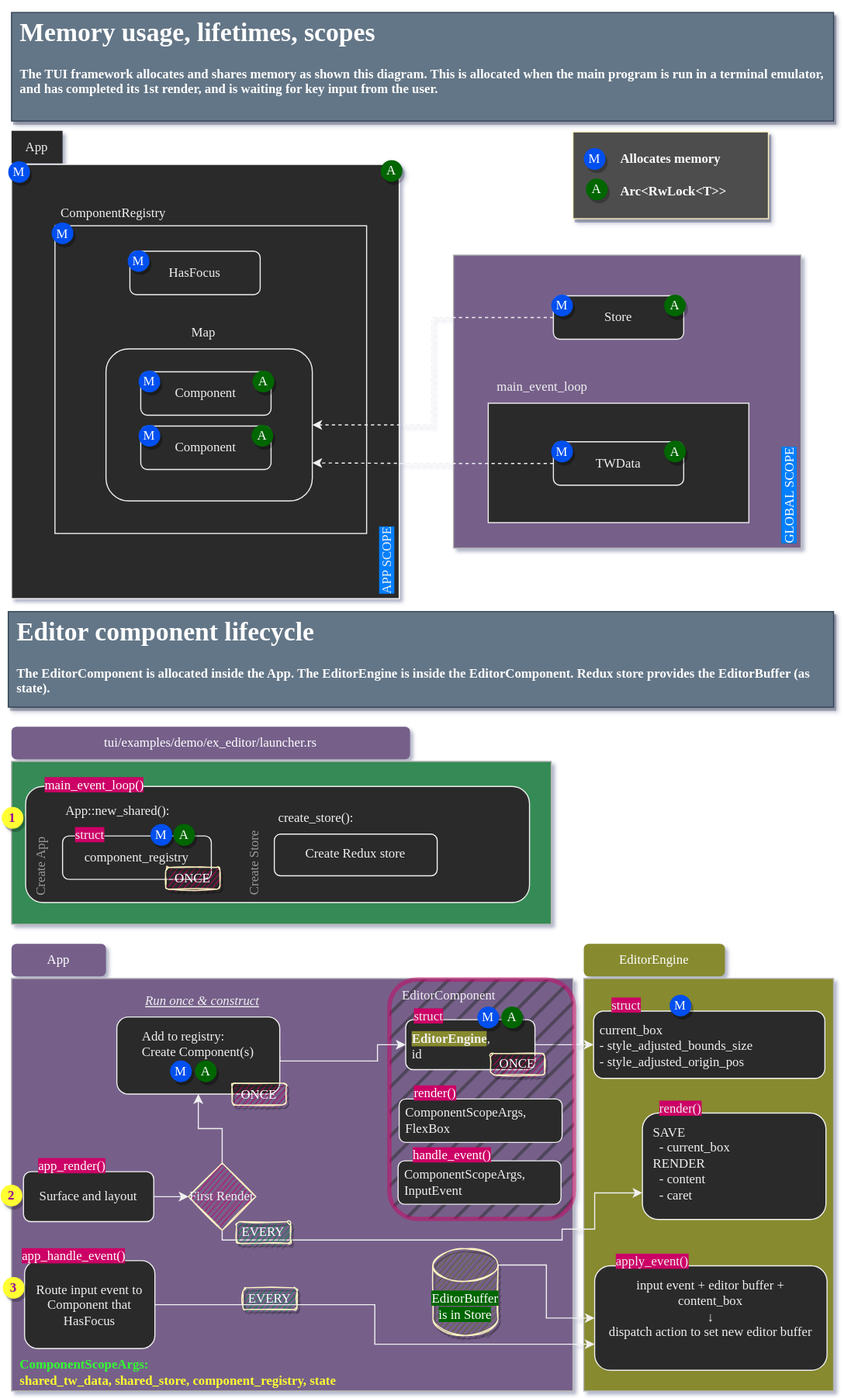
Before: docs/memory-architecture.drawio.svg, a diagram exported from draw.io (r3bl-org/r3bl-open-core). Source tidied: cells renumbered, new cells last; positions are measured from the earlier drawing's top-left corner, leaving out a move shared by most shapes.
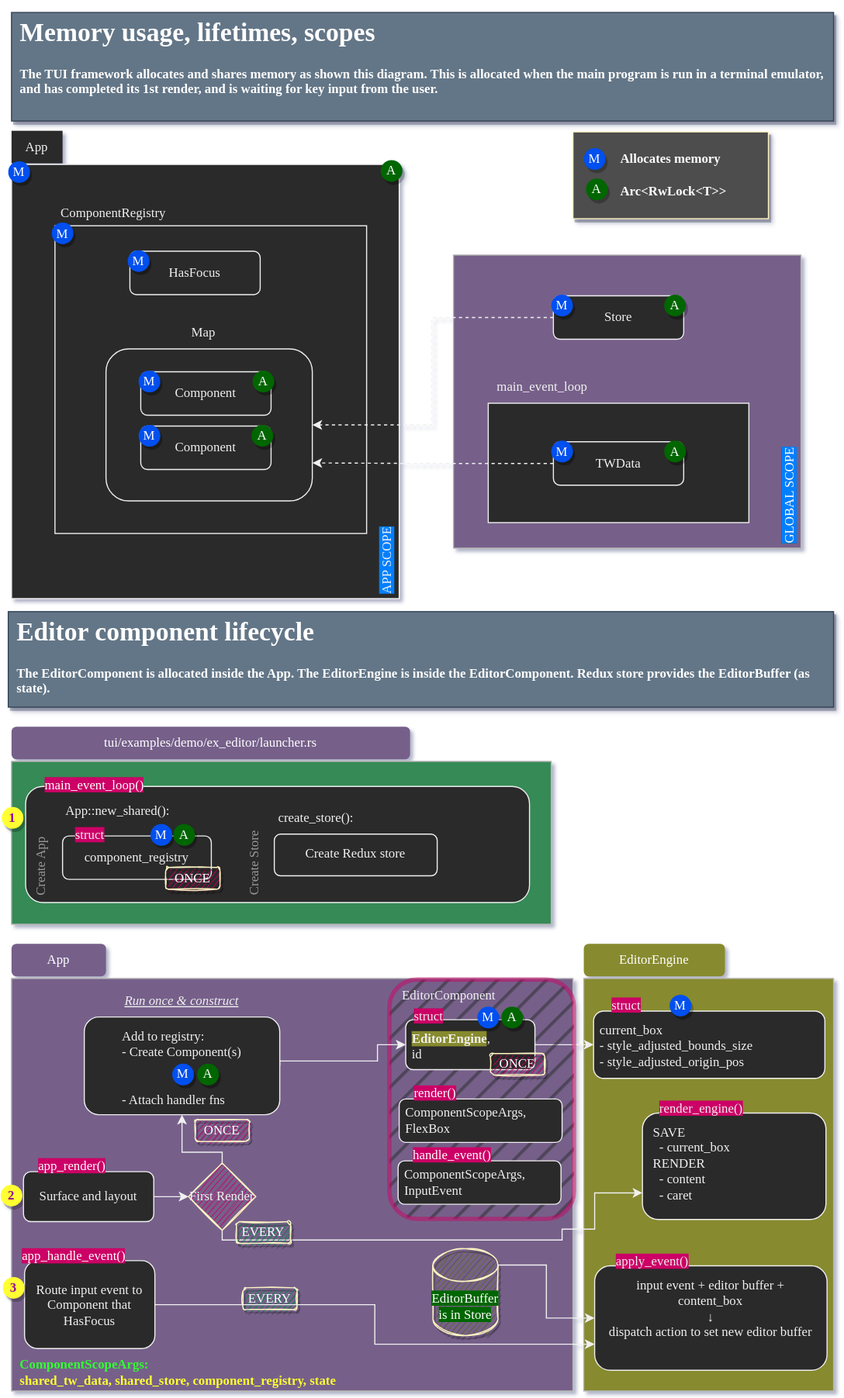
The same diagram one commit later.

The edit, as a diff of the source:
```diff
@@ -217,7 +217,7 @@
     <mxCell id="68" value="SAVE&lt;br&gt;&lt;span style=&quot;background-color: initial;&quot;&gt;&amp;nbsp; - current_box&lt;/span&gt;&lt;span style=&quot;background-color: initial;&quot;&gt;&lt;br&gt;RENDER&lt;br&gt;&amp;nbsp; - content&lt;br&gt;&amp;nbsp; - caret&lt;br&gt;&lt;/span&gt;" style="rounded=1;whiteSpace=wrap;html=1;fontFamily=Victor Mono;fontSource=https%3A%2F%2Ffonts.googleapis.com%2Fcss%3Ffamily%3DVictor%2BMono;spacing=6;align=left;verticalAlign=top;spacingLeft=4;spacingRight=4;" parent="67" vertex="1">
       <mxGeometry y="15" width="169" height="98" as="geometry" />
     </mxCell>
-    <mxCell id="69" value="&lt;span style=&quot;background-color: rgb(204, 0, 102);&quot;&gt;render()&lt;/span&gt;" style="text;html=1;strokeColor=none;fillColor=none;align=left;verticalAlign=bottom;whiteSpace=wrap;rounded=0;fontFamily=Fira Code;fontSource=https%3A%2F%2Ffonts.googleapis.com%2Fcss%3Ffamily%3DFira%2BCode;spacing=4;" parent="67" vertex="1">
+    <mxCell id="69" value="&lt;span style=&quot;background-color: rgb(204, 0, 102);&quot;&gt;render_engine()&lt;/span&gt;" style="text;html=1;strokeColor=none;fillColor=none;align=left;verticalAlign=bottom;whiteSpace=wrap;rounded=0;fontFamily=Fira Code;fontSource=https%3A%2F%2Ffonts.googleapis.com%2Fcss%3Ffamily%3DFira%2BCode;spacing=4;" parent="67" vertex="1">
       <mxGeometry x="12" width="128.7" height="22" as="geometry" />
     </mxCell>
     <mxCell id="70" style="group;" parent="1" vertex="1">
@@ -327,26 +327,28 @@
     <mxCell id="103" value="First Render" style="rhombus;whiteSpace=wrap;html=1;fillColor=#CC0066;sketch=1;strokeColor=#FFF4C3;fontFamily=Fira Code;fontSource=https%3A%2F%2Ffonts.googleapis.com%2Fcss%3Ffamily%3DFira%2BCode;" parent="1" vertex="1">
       <mxGeometry x="193" y="1060" width="62" height="62" as="geometry" />
     </mxCell>
-    <mxCell id="104" style="group;" parent="1" vertex="1">
-      <mxGeometry x="127" y="895.5" width="158" height="111" as="geometry" />
-    </mxCell>
+    <mxCell id="110" style="edgeStyle=orthogonalEdgeStyle;rounded=0;jettySize=auto;html=1;entryX=0.5;entryY=1;entryDx=0;entryDy=0;exitX=0.5;exitY=0;exitDx=0;exitDy=0;" parent="1" edge="1" source="103" target="106">
+      <mxGeometry relative="1" as="geometry">
+        <Array as="points">
+          <mxPoint x="224" y="1050" />
+          <mxPoint x="187" y="1050" />
+        </Array>
+      </mxGeometry>
+    </mxCell>
-    <mxCell id="105" value="Run once &amp;amp; construct" style="text;html=1;strokeColor=none;fillColor=none;align=center;verticalAlign=middle;whiteSpace=wrap;rounded=0;fontFamily=Fira Code;fontSource=https%3A%2F%2Ffonts.googleapis.com%2Fcss%3Ffamily%3DFira%2BCode;spacing=4;fontStyle=6;" parent="104" vertex="1">
-      <mxGeometry width="158" height="30" as="geometry" />
+    <mxCell id="105" value="Run once &amp;amp; construct" style="text;html=1;strokeColor=none;fillColor=none;align=center;verticalAlign=middle;whiteSpace=wrap;rounded=0;fontFamily=Fira Code;fontSource=https%3A%2F%2Ffonts.googleapis.com%2Fcss%3Ffamily%3DFira%2BCode;spacing=4;fontStyle=6;" parent="1" vertex="1">
+      <mxGeometry x="97" y="895.5" width="180" height="30" as="geometry" />
     </mxCell>
-    <mxCell id="106" value="&lt;div style=&quot;text-align: left;&quot;&gt;Add to registry:&lt;/div&gt;&lt;div style=&quot;text-align: left;&quot;&gt;Create Component(s)&lt;/div&gt;" style="rounded=1;whiteSpace=wrap;html=1;fontFamily=Victor Mono;fontSource=https%3A%2F%2Ffonts.googleapis.com%2Fcss%3Ffamily%3DVictor%2BMono;spacing=6;align=center;verticalAlign=top;" parent="104" vertex="1">
-      <mxGeometry y="30" width="150" height="71" as="geometry" />
+    <mxCell id="106" value="&lt;div style=&quot;text-align: left;&quot;&gt;Add to registry:&lt;/div&gt;&lt;div style=&quot;text-align: left;&quot;&gt;- Create Component(s)&lt;/div&gt;&lt;div style=&quot;text-align: left;&quot;&gt;&lt;br&gt;&lt;/div&gt;&lt;div style=&quot;text-align: left;&quot;&gt;&lt;br&gt;&lt;/div&gt;&lt;div style=&quot;text-align: left;&quot;&gt;- Attach handler fns&lt;/div&gt;" style="rounded=1;whiteSpace=wrap;html=1;fontFamily=Victor Mono;fontSource=https%3A%2F%2Ffonts.googleapis.com%2Fcss%3Ffamily%3DVictor%2BMono;spacing=6;align=center;verticalAlign=top;" parent="1" vertex="1">
+      <mxGeometry x="97" y="925.5" width="180" height="90" as="geometry" />
     </mxCell>
-    <mxCell id="107" value="M" style="ellipse;whiteSpace=wrap;html=1;fillColor=#0050ef;fontColor=#ffffff;strokeColor=none;shadow=1;fontFamily=Fira Code;fontSource=https%3A%2F%2Ffonts.googleapis.com%2Fcss%3Ffamily%3DFira%2BCode;spacing=4;" parent="104" vertex="1">
-      <mxGeometry x="49" y="70" width="20" height="20" as="geometry" />
+    <mxCell id="107" value="M" style="ellipse;whiteSpace=wrap;html=1;fillColor=#0050ef;fontColor=#ffffff;strokeColor=none;shadow=1;fontFamily=Fira Code;fontSource=https%3A%2F%2Ffonts.googleapis.com%2Fcss%3Ffamily%3DFira%2BCode;spacing=4;" parent="1" vertex="1">
+      <mxGeometry x="178" y="968.5" width="20" height="20" as="geometry" />
     </mxCell>
-    <mxCell id="108" value="A" style="ellipse;whiteSpace=wrap;html=1;fillColor=#006600;fontColor=#ffffff;strokeColor=none;shadow=1;fontFamily=Fira Code;fontSource=https%3A%2F%2Ffonts.googleapis.com%2Fcss%3Ffamily%3DFira%2BCode;spacing=4;" parent="104" vertex="1">
-      <mxGeometry x="72" y="70" width="20" height="20" as="geometry" />
+    <mxCell id="108" value="A" style="ellipse;whiteSpace=wrap;html=1;fillColor=#006600;fontColor=#ffffff;strokeColor=none;shadow=1;fontFamily=Fira Code;fontSource=https%3A%2F%2Ffonts.googleapis.com%2Fcss%3Ffamily%3DFira%2BCode;spacing=4;" parent="1" vertex="1">
+      <mxGeometry x="201" y="968.5" width="20" height="20" as="geometry" />
     </mxCell>
-    <mxCell id="109" value="ONCE" style="rounded=1;whiteSpace=wrap;html=1;shadow=1;glass=0;labelBackgroundColor=none;labelBorderColor=none;sketch=1;fillStyle=auto;strokeColor=#FFF4C3;fontFamily=Fira Code;fontSource=https%3A%2F%2Ffonts.googleapis.com%2Fcss%3Ffamily%3DFira%2BCode;fontColor=#FFFFFF;fillColor=#CC0066;gradientColor=none;gradientDirection=radial;" parent="104" vertex="1">
-      <mxGeometry x="106" y="91" width="50" height="20" as="geometry" />
+    <mxCell id="109" value="ONCE" style="rounded=1;whiteSpace=wrap;html=1;shadow=1;glass=0;labelBackgroundColor=none;labelBorderColor=none;sketch=1;fillStyle=auto;strokeColor=#FFF4C3;fontFamily=Fira Code;fontSource=https%3A%2F%2Ffonts.googleapis.com%2Fcss%3Ffamily%3DFira%2BCode;fontColor=#FFFFFF;fillColor=#CC0066;gradientColor=none;gradientDirection=radial;" parent="1" vertex="1">
+      <mxGeometry x="199" y="1020" width="50" height="20" as="geometry" />
     </mxCell>
-    <mxCell id="110" style="edgeStyle=orthogonalEdgeStyle;rounded=0;jettySize=auto;html=1;entryX=0.5;entryY=1;entryDx=0;entryDy=0;exitX=0.5;exitY=0;exitDx=0;exitDy=0;" parent="1" edge="1" source="103" target="106">
-      <mxGeometry relative="1" as="geometry" />
-    </mxCell>
   </root>
 </mxGraphModel>
```
